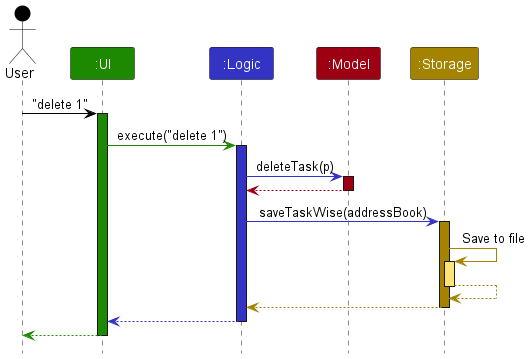
Before: docs/images/ArchitectureSequenceDiagram.png, a diagram exported from PlantUML (seantehds/tp). Its diagram source:
```plantuml
@startuml
!include style.puml
skinparam ArrowFontStyle plain

Actor User as user USER_COLOR
Participant ":UI" as ui UI_COLOR
Participant ":Logic" as logic LOGIC_COLOR
Participant ":Model" as model MODEL_COLOR
Participant ":Storage" as storage STORAGE_COLOR

user -[USER_COLOR]> ui : "delete 1"
activate ui UI_COLOR

ui -[UI_COLOR]> logic : execute("delete 1")
activate logic LOGIC_COLOR

logic -[LOGIC_COLOR]> model : deleteTask(p)
activate model MODEL_COLOR

model -[MODEL_COLOR]-> logic
deactivate model

logic -[LOGIC_COLOR]> storage : saveTaskWise(addressBook)
activate storage STORAGE_COLOR

storage -[STORAGE_COLOR]> storage : Save to file
activate storage STORAGE_COLOR_T1
storage --[STORAGE_COLOR]> storage
deactivate storage

storage --[STORAGE_COLOR]> logic
deactivate storage

logic --[LOGIC_COLOR]> ui
deactivate logic

ui--[UI_COLOR]> user
deactivate ui
@enduml
```
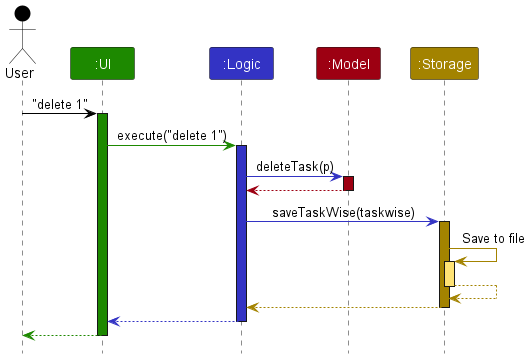
Above is the later version.

Commit message:
Update architecture seq diagram

Change to the diagram source:
```diff
@@ -20,7 +20,7 @@
 model -[MODEL_COLOR]-> logic
 deactivate model
 
-logic -[LOGIC_COLOR]> storage : saveTaskWise(addressBook)
+logic -[LOGIC_COLOR]> storage : saveTaskWise(taskwise)
 activate storage STORAGE_COLOR
 
 storage -[STORAGE_COLOR]> storage : Save to file
```
